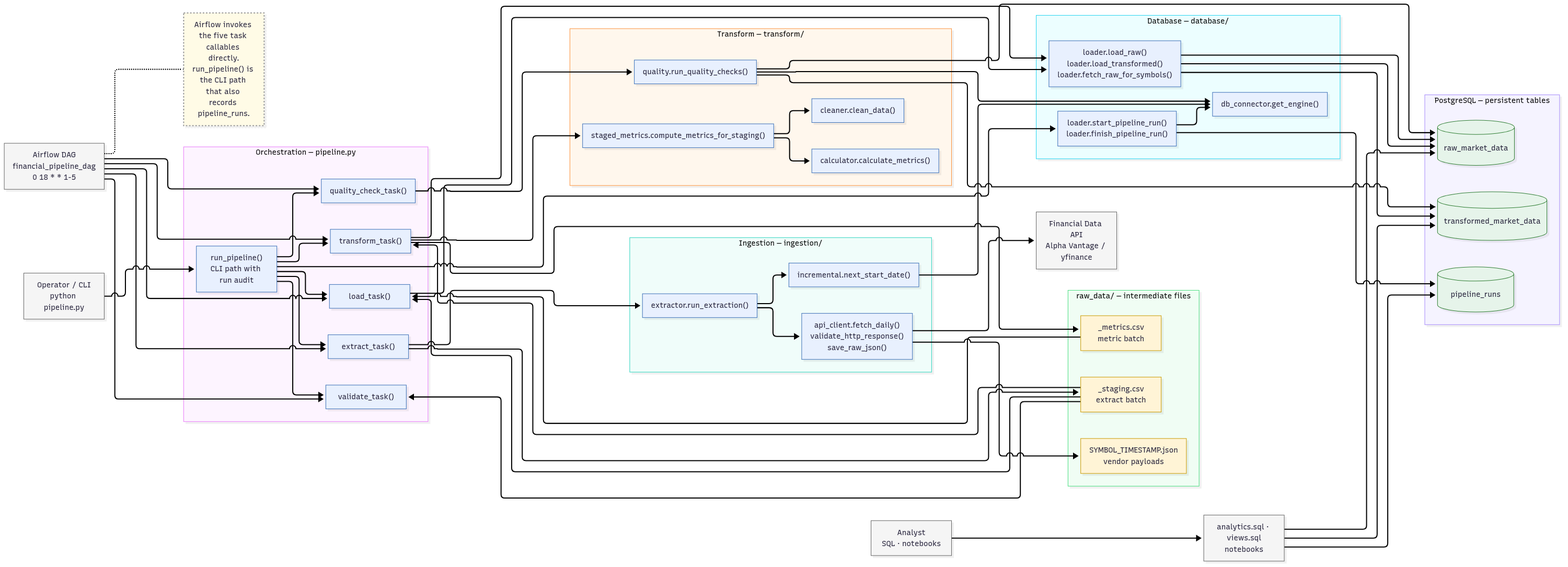
Before: docs/diagrams/exports/system-architecture.png, a diagram exported from Mermaid (ibrahimhamzza/financial-market-data-pipeline). Its source is kept beside it as docs/diagrams/system-architecture.mmd. The source it was exported from:
```mermaid
flowchart LR
    API["Financial Data API<br/>Alpha Vantage / yfinance"]
    AF["Airflow DAG<br/>financial_pipeline_dag<br/>0 18 * * 1-5"]
    CLI["Operator / CLI<br/>python pipeline.py"]
    AN["Analyst<br/>SQL · notebooks"]

    subgraph ORCH["Orchestration — pipeline.py"]
        RP["run_pipeline()<br/>CLI path with run audit"]
        ET["extract_task()"]
        VT["validate_task()"]
        TT["transform_task()"]
        LT["load_task()"]
        QT["quality_check_task()"]
    end

    subgraph ING["Ingestion — ingestion/"]
        EX["extractor.run_extraction()"]
        AC["api_client.fetch_daily()<br/>validate_http_response()<br/>save_raw_json()"]
        IN["incremental.next_start_date()"]
    end

    subgraph TRF["Transform — transform/"]
        SM["staged_metrics.compute_metrics_for_staging()"]
        CL["cleaner.clean_data()"]
        CA["calculator.calculate_metrics()"]
        QC["quality.run_quality_checks()"]
    end

    subgraph DBL["Database — database/"]
        DBC["db_connector.get_engine()"]
        LD["loader.load_raw()<br/>loader.load_transformed()<br/>loader.fetch_raw_for_symbols()"]
        AUD["loader.start_pipeline_run()<br/>loader.finish_pipeline_run()"]
    end

    subgraph FILES["raw_data/ — intermediate files"]
        JSON["SYMBOL_TIMESTAMP.json<br/>vendor payloads"]
        STG["_staging.csv<br/>extract batch"]
        MET["_metrics.csv<br/>metric batch"]
    end

    subgraph PG["PostgreSQL — persistent tables"]
        RAW[("raw_market_data")]
        TRANS[("transformed_market_data")]
        RUNS[("pipeline_runs")]
    end

    ANALYTICS["analytics.sql · views.sql<br/>notebooks"]

    AF --> ET
    AF --> VT
    AF --> TT
    AF --> LT
    AF --> QT
    CLI --> RP
    RP --> ET
    RP --> VT
    RP --> TT
    RP --> LT
    RP --> QT
    RP --> AUD
    AUD --> DBC
    AUD --> RUNS

    ET --> EX
    EX --> IN
    IN --> DBC
    EX --> AC
    AC --> API
    AC --> JSON
    ET --> STG

    STG --> VT
    STG --> TT
    STG --> LT
    TT --> SM
    SM --> CL
    SM --> CA
    TT --> MET
    MET --> LT

    TT --> LD
    LD --> RAW
    LT --> LD
    LD --> RAW
    LD --> TRANS

    QT --> QC
    QC --> DBC
    QC --> RAW
    QC --> TRANS

    AN --> ANALYTICS
    ANALYTICS --> RAW
    ANALYTICS --> TRANS
    ANALYTICS --> RUNS

    NOTE["Airflow invokes the five task callables directly.<br/>run_pipeline() is the CLI path that also records pipeline_runs."]
    AF -.- NOTE

    classDef external fill:#f5f5f5,stroke:#666,stroke-width:1px
    classDef process fill:#e8f0fe,stroke:#3b6fb6,stroke-width:1px
    classDef file fill:#fff4d6,stroke:#c99a00,stroke-width:1px
    classDef table fill:#e6f4ea,stroke:#2e7d32,stroke-width:1px
    classDef note fill:#fffbe6,stroke:#999,stroke-dasharray:3 3

    class API,AF,CLI,AN,ANALYTICS external
    class RP,ET,VT,TT,LT,QT,EX,AC,IN,SM,CL,CA,QC,DBC,LD,AUD process
    class JSON,STG,MET file
    class RAW,TRANS,RUNS table
    class NOTE note
```
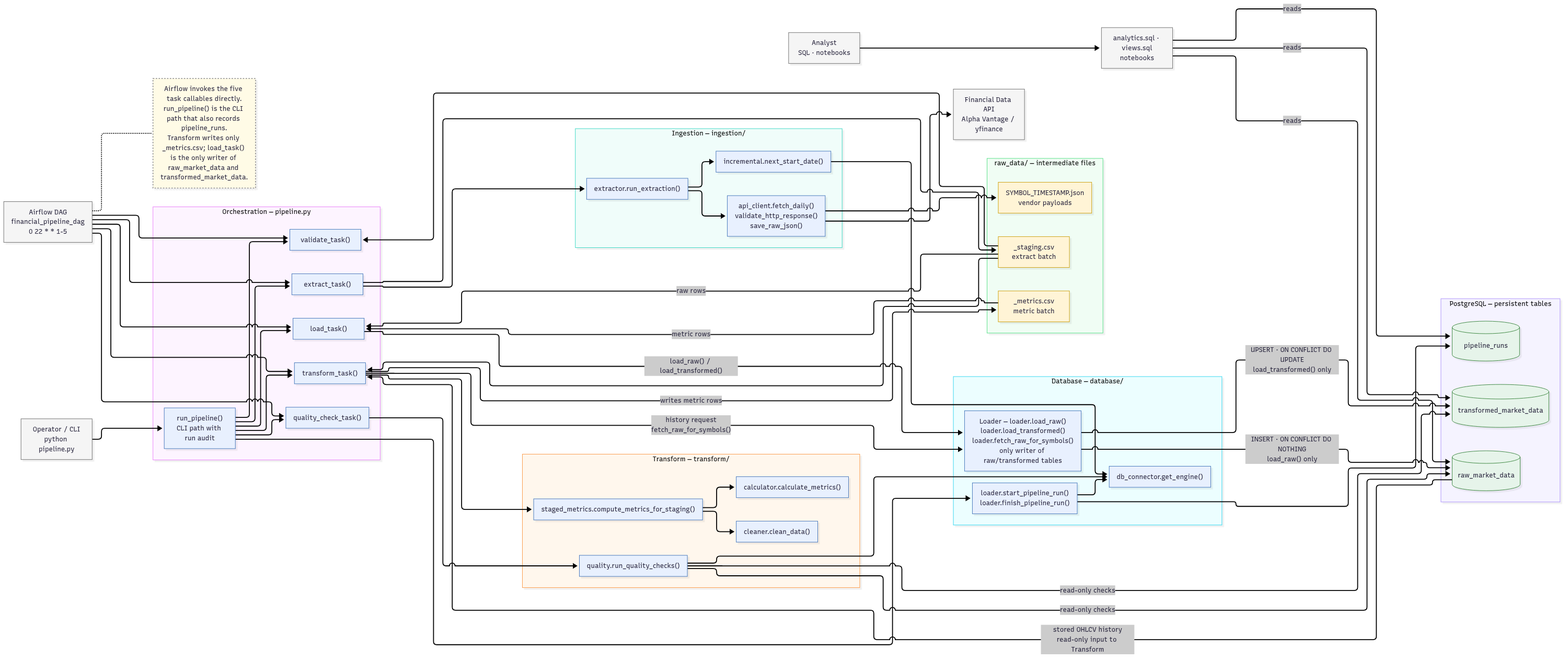
The same diagram one commit later.

Diff of the diagram source:
```diff
@@ -1,6 +1,6 @@
 flowchart LR
     API["Financial Data API<br/>Alpha Vantage / yfinance"]
-    AF["Airflow DAG<br/>financial_pipeline_dag<br/>0 18 * * 1-5"]
+    AF["Airflow DAG<br/>financial_pipeline_dag<br/>0 22 * * 1-5"]
     CLI["Operator / CLI<br/>python pipeline.py"]
     AN["Analyst<br/>SQL · notebooks"]
 
@@ -28,7 +28,7 @@
 
     subgraph DBL["Database — database/"]
         DBC["db_connector.get_engine()"]
-        LD["loader.load_raw()<br/>loader.load_transformed()<br/>loader.fetch_raw_for_symbols()"]
+        LD["Loader — loader.load_raw()<br/>loader.load_transformed()<br/>loader.fetch_raw_for_symbols()<br/>only writer of raw/transformed tables"]
         AUD["loader.start_pipeline_run()<br/>loader.finish_pipeline_run()"]
     end
 
@@ -71,30 +71,31 @@
 
     STG --> VT
     STG --> TT
-    STG --> LT
+    STG -->|"raw rows"| LT
     TT --> SM
     SM --> CL
     SM --> CA
-    TT --> MET
-    MET --> LT
+    TT -->|"writes metric rows"| MET
+    MET -->|"metric rows"| LT
 
-    TT --> LD
-    LD --> RAW
-    LT --> LD
-    LD --> RAW
-    LD --> TRANS
+    RAW -.->|"stored OHLCV history<br/>read-only input to Transform"| TT
+    TT -->|"history request<br/>fetch_raw_for_symbols()"| LD
+
+    LT -->|"load_raw() / load_transformed()"| LD
+    LD -->|"INSERT · ON CONFLICT DO NOTHING<br/>load_raw() only"| RAW
+    LD -->|"UPSERT · ON CONFLICT DO UPDATE<br/>load_transformed() only"| TRANS
 
     QT --> QC
     QC --> DBC
-    QC --> RAW
-    QC --> TRANS
+    QC -->|"read-only checks"| RAW
+    QC -->|"read-only checks"| TRANS
 
     AN --> ANALYTICS
-    ANALYTICS --> RAW
-    ANALYTICS --> TRANS
-    ANALYTICS --> RUNS
+    ANALYTICS -->|"reads"| RAW
+    ANALYTICS -->|"reads"| TRANS
+    ANALYTICS -->|"reads"| RUNS
 
-    NOTE["Airflow invokes the five task callables directly.<br/>run_pipeline() is the CLI path that also records pipeline_runs."]
+    NOTE["Airflow invokes the five task callables directly.<br/>run_pipeline() is the CLI path that also records pipeline_runs.<br/>Transform writes only _metrics.csv; load_task() is the only writer of raw_market_data and transformed_market_data."]
     AF -.- NOTE
 
     classDef external fill:#f5f5f5,stroke:#666,stroke-width:1px
```
